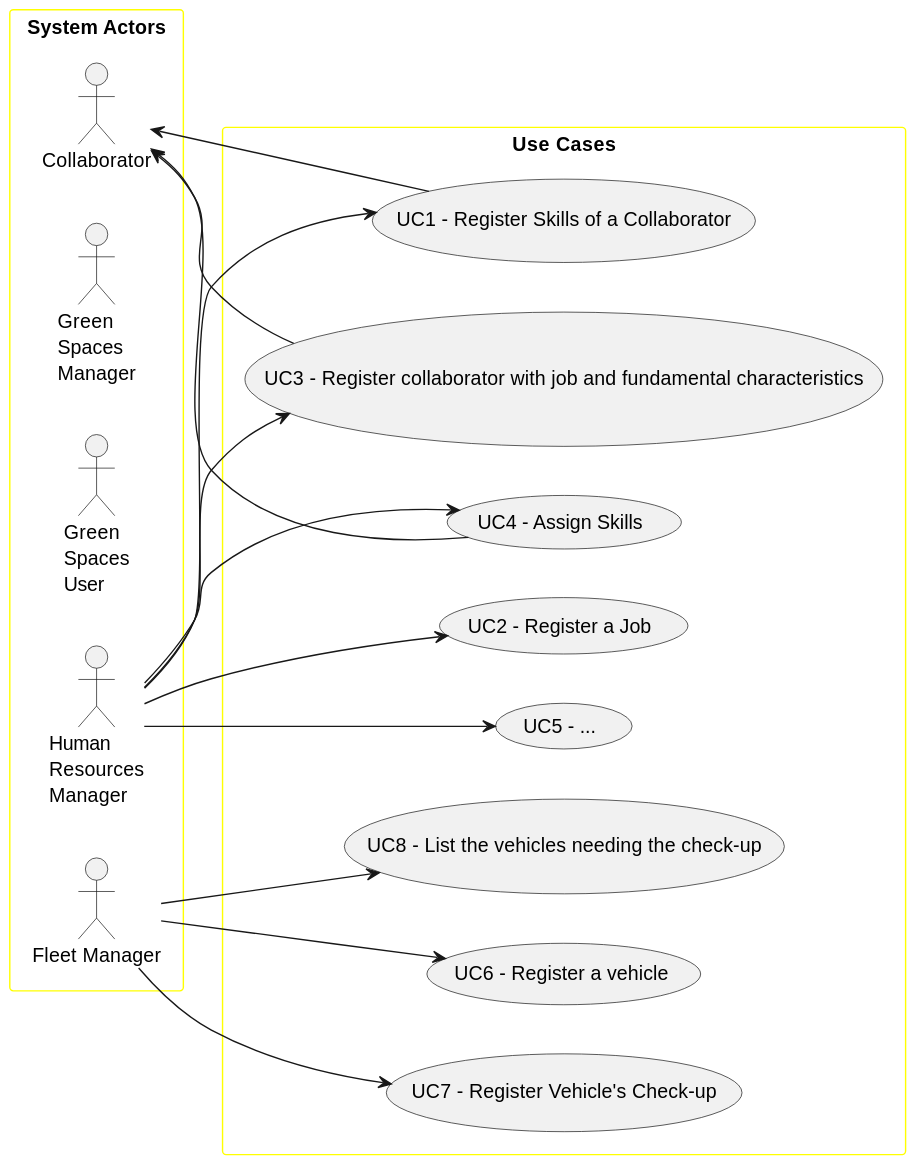
Earlier version of the PlantUML export docs/sprintA/global-artifacts/01.requirements-engineering/svg/use-case-diagram.svg (daniel41silva05/ISEP_2023_2024_LAPR2).
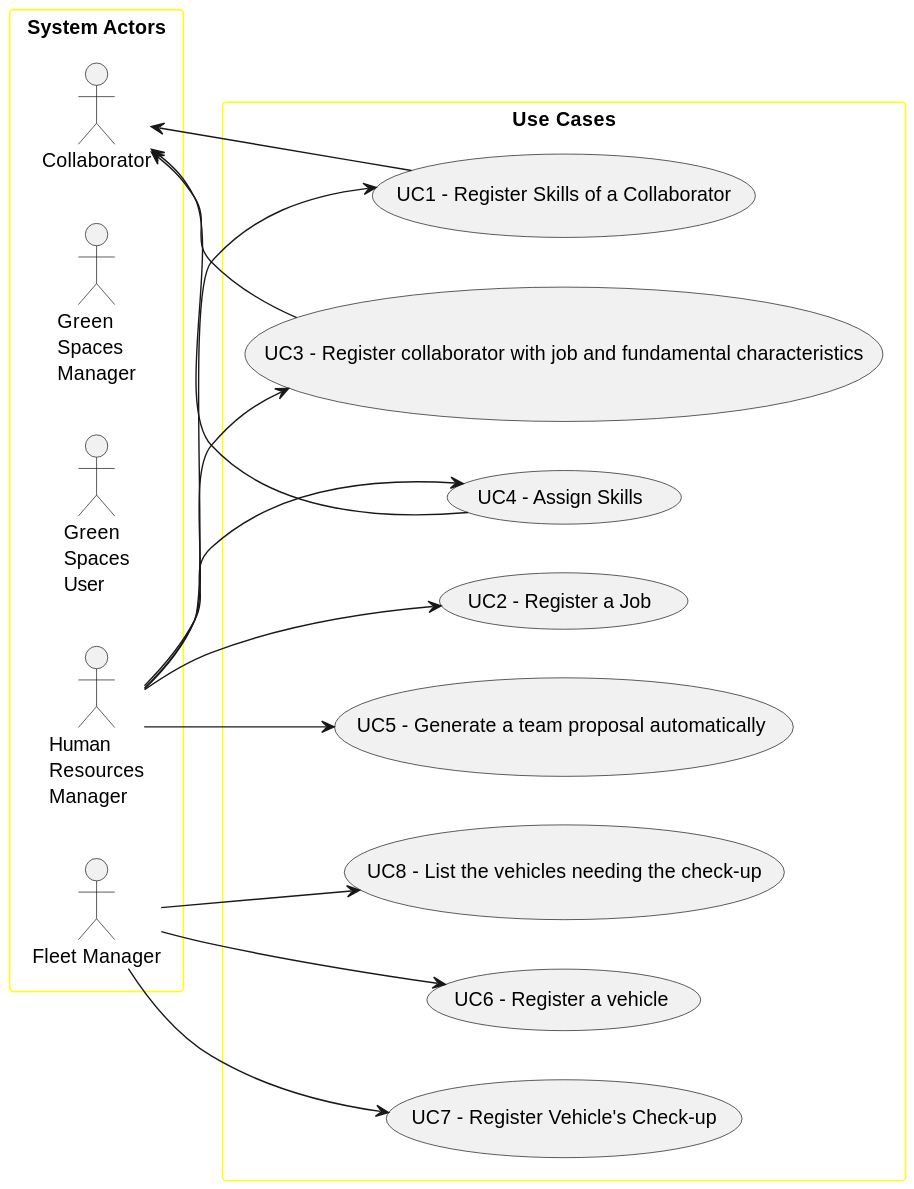
Later version of the same file.

Commit message:
Update UCD diagram

The edit, as a diff of the source:
```diff
@@ -28,7 +28,7 @@
     usecase "UC4 - Assign Skills" as UC4
     HRM --> UC4
     UC4 --> Collaborator
-    usecase "UC5 - ..." as UC5
+    usecase "UC5 - Generate a team proposal automatically " as UC5
     HRM --> UC5
     usecase "UC6 - Register a vehicle" as UC6
     FM --> UC6
```
